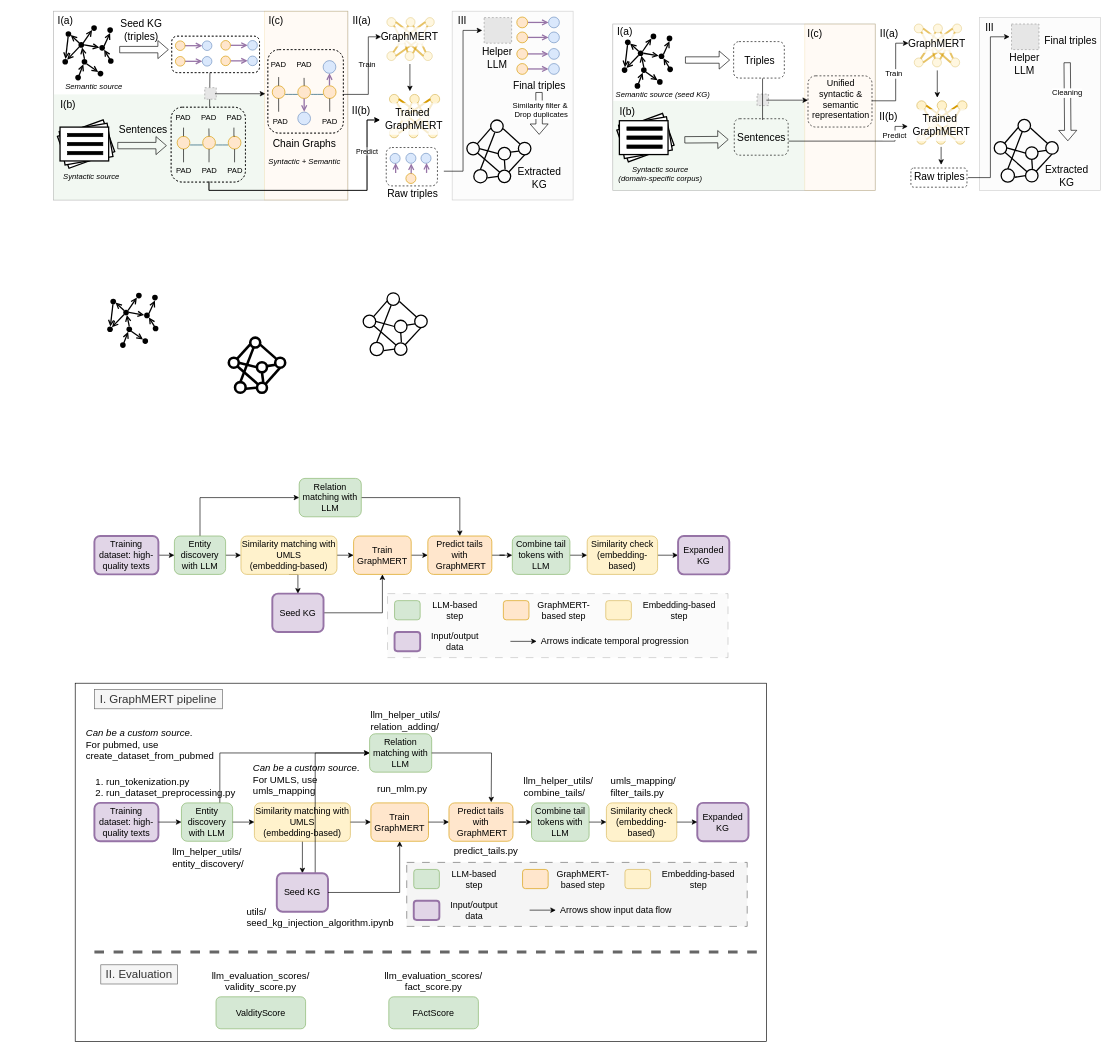
The draw.io diagram page "methodology" (4 of 6) of presentations/pipeline.drawio in across-stars/draw.io, before the edit. Source tidied: cells renumbered, new cells numbered last; positions are measured from the earlier drawing's top-left corner, leaving out a move shared by most shapes. Both pictures are drawn from the tidied source at 64%, with x=0, y=0 at pixel (53, 11). Pictures stored in the file or linked from it are replaced by grey dashed boxes.
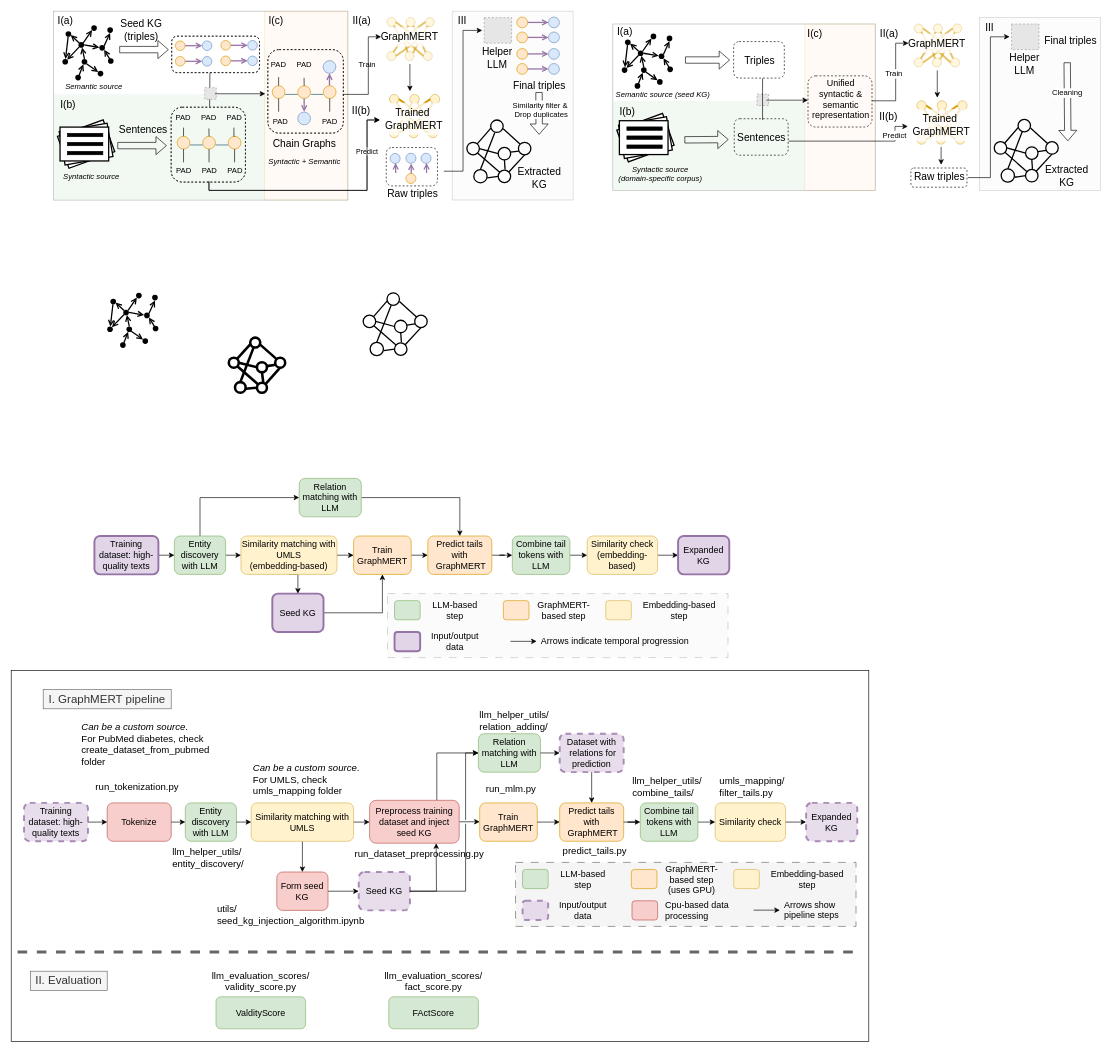
Above is the later version.

What changed in the source:
```diff
@@
     <mxCell id="2" style="rounded=0;whiteSpace=wrap;html=1;" parent="1" vertex="1">
-      <mxGeometry x="34" y="1050" width="1080" height="560" as="geometry" />
+      <mxGeometry x="-66" y="1030" width="1340" height="580" as="geometry" />
     </mxCell>
@@
     <mxCell id="46" style="rounded=0;whiteSpace=wrap;html=1;dashed=1;dashPattern=12 12;fillColor=#f5f5f5;fontColor=#333333;strokeColor=#666666;fontSize=14;" parent="1" vertex="1">
-      <mxGeometry x="552" y="1330" width="532" height="100" as="geometry" />
+      <mxGeometry x="722" y="1330" width="532" height="100" as="geometry" />
     </mxCell>
-    <mxCell id="47" style="edgeStyle=orthogonalEdgeStyle;rounded=0;jettySize=auto;html=1;exitX=0.75;exitY=0;exitDx=0;exitDy=0;entryX=0;entryY=0.5;entryDx=0;entryDy=0;" parent="1" edge="1" source="55" target="59">
-      <mxGeometry relative="1" as="geometry" />
-    </mxCell>
     <mxCell id="48" value="&lt;font&gt;Train&lt;/font&gt;&lt;div&gt;&lt;font&gt;GraphMERT&lt;/font&gt;&lt;/div&gt;" style="rounded=1;whiteSpace=wrap;html=1;fillColor=#ffe6cc;strokeColor=#d79b00;fontSize=14;" parent="1" vertex="1">
-      <mxGeometry x="496" y="1237" width="90" height="60" as="geometry" />
+      <mxGeometry x="666" y="1237" width="90" height="60" as="geometry" />
     </mxCell>
     <mxCell id="49" value="&lt;font&gt;Predict tails with&lt;/font&gt;&lt;div&gt;&lt;font&gt;&amp;nbsp;&lt;/font&gt;&lt;span&gt;GraphMERT&lt;/span&gt;&lt;/div&gt;" style="rounded=1;whiteSpace=wrap;html=1;fillColor=#ffe6cc;strokeColor=#d79b00;fontSize=14;" parent="1" vertex="1">
-      <mxGeometry x="618" y="1237" width="100" height="60" as="geometry" />
+      <mxGeometry x="791" y="1237" width="100" height="60" as="geometry" />
     </mxCell>
     <mxCell id="50" value="&lt;font&gt;Combine tail tokens with LLM&lt;/font&gt;" style="rounded=1;whiteSpace=wrap;html=1;fillColor=#d5e8d4;strokeColor=#82b366;fontSize=14;" parent="1" vertex="1">
-      <mxGeometry x="747" y="1237" width="90" height="60" as="geometry" />
+      <mxGeometry x="917" y="1237" width="90" height="60" as="geometry" />
     </mxCell>
-    <mxCell id="51" value="&lt;font&gt;Similarity check (embedding-based)&lt;/font&gt;" style="rounded=1;whiteSpace=wrap;html=1;fillColor=#fff2cc;strokeColor=#d6b656;fontSize=14;" parent="1" vertex="1">
-      <mxGeometry x="864" y="1237" width="110" height="60" as="geometry" />
+    <mxCell id="51" value="&lt;font&gt;Similarity check&lt;/font&gt;" style="rounded=1;whiteSpace=wrap;html=1;fillColor=#fff2cc;strokeColor=#d6b656;fontSize=14;" parent="1" vertex="1">
+      <mxGeometry x="1034" y="1237" width="110" height="60" as="geometry" />
     </mxCell>
-    <mxCell id="52" value="&lt;font&gt;Expanded KG&lt;/font&gt;" style="rounded=1;whiteSpace=wrap;html=1;fillColor=#e1d5e7;strokeColor=#9673a6;strokeWidth=3;fontSize=14;" parent="1" vertex="1">
-      <mxGeometry x="1006" y="1237" width="80" height="60" as="geometry" />
+    <mxCell id="52" value="&lt;font&gt;Expanded KG&lt;/font&gt;" style="rounded=1;whiteSpace=wrap;html=1;fillColor=#e1d5e7;strokeColor=#9673a6;strokeWidth=3;fontSize=14;dashed=1;opacity=80;" parent="1" vertex="1">
+      <mxGeometry x="1176" y="1237" width="80" height="60" as="geometry" />
     </mxCell>
@@
-    <mxCell id="54" value="&lt;font&gt;Similarity matching with UMLS&lt;/font&gt;&lt;div&gt;&lt;font&gt;&lt;span&gt;(embedding-based)&lt;/span&gt;&lt;br&gt;&lt;/font&gt;&lt;/div&gt;" style="rounded=1;whiteSpace=wrap;html=1;fillColor=#fff2cc;strokeColor=#d6b656;fontSize=14;" parent="1" vertex="1">
-      <mxGeometry x="314" y="1237" width="150" height="60" as="geometry" />
+    <mxCell id="54" value="&lt;font&gt;Similarity matching with UMLS&lt;/font&gt;" style="rounded=1;whiteSpace=wrap;html=1;fillColor=#fff2cc;strokeColor=#d6b656;fontSize=14;" parent="1" vertex="1">
+      <mxGeometry x="309" y="1237" width="160" height="60" as="geometry" />
     </mxCell>
     <mxCell id="55" value="&lt;font&gt;Entity discovery with LLM&lt;/font&gt;" style="rounded=1;whiteSpace=wrap;html=1;fillColor=#d5e8d4;strokeColor=#82b366;fontSize=14;" parent="1" vertex="1">
-      <mxGeometry x="200" y="1237" width="80" height="60" as="geometry" />
+      <mxGeometry x="206" y="1237" width="80" height="60" as="geometry" />
     </mxCell>
-    <mxCell id="56" value="&lt;font&gt;Training dataset: high-quality texts&lt;/font&gt;" style="rounded=1;whiteSpace=wrap;html=1;fillColor=#e1d5e7;strokeColor=#9673a6;strokeWidth=3;fontSize=14;" parent="1" vertex="1">
-      <mxGeometry x="64" y="1237" width="100" height="60" as="geometry" />
+    <mxCell id="56" value="&lt;font&gt;Tokenize&lt;/font&gt;" style="rounded=1;whiteSpace=wrap;html=1;fillColor=#f8cecc;strokeColor=#b85450;strokeWidth=1;fontSize=14;" parent="1" vertex="1">
+      <mxGeometry x="84" y="1237" width="100" height="60" as="geometry" />
     </mxCell>
-    <mxCell id="57" style="edgeStyle=orthogonalEdgeStyle;rounded=0;jettySize=auto;html=1;exitX=0.75;exitY=0;exitDx=0;exitDy=0;entryX=0;entryY=0.5;entryDx=0;entryDy=0;" parent="1" edge="1" source="58" target="59">
-      <mxGeometry relative="1" as="geometry" />
-    </mxCell>
-    <mxCell id="58" value="&lt;font&gt;Seed KG&lt;/font&gt;" style="rounded=1;whiteSpace=wrap;html=1;fillColor=#e1d5e7;strokeColor=#9673a6;strokeWidth=3;fontSize=14;" parent="1" vertex="1">
-      <mxGeometry x="349" y="1347" width="80" height="60" as="geometry" />
-    </mxCell>
     <mxCell id="59" value="&lt;font&gt;Relation matching with LLM&lt;/font&gt;" style="rounded=1;whiteSpace=wrap;html=1;fillColor=#d5e8d4;strokeColor=#82b366;fontSize=14;" parent="1" vertex="1">
-      <mxGeometry x="494" y="1129" width="97" height="60" as="geometry" />
+      <mxGeometry x="664" y="1129" width="97" height="60" as="geometry" />
     </mxCell>
     <mxCell id="60" style="rounded=1;whiteSpace=wrap;html=1;fillColor=#d5e8d4;strokeColor=#82b366;fontSize=14;" parent="1" vertex="1">
-      <mxGeometry x="563" y="1341" width="40" height="30" as="geometry" />
+      <mxGeometry x="733" y="1341" width="40" height="30" as="geometry" />
     </mxCell>
     <mxCell id="61" style="rounded=1;whiteSpace=wrap;html=1;fillColor=#ffe6cc;strokeColor=#d79b00;fontSize=14;" parent="1" vertex="1">
-      <mxGeometry x="733" y="1341" width="40" height="30" as="geometry" />
+      <mxGeometry x="903" y="1341" width="40" height="30" as="geometry" />
     </mxCell>
     <mxCell id="62" style="rounded=1;whiteSpace=wrap;html=1;fillColor=#fff2cc;strokeColor=#d6b656;fontSize=14;" parent="1" vertex="1">
-      <mxGeometry x="893" y="1341" width="40" height="30" as="geometry" />
+      <mxGeometry x="1063" y="1341" width="40" height="30" as="geometry" />
     </mxCell>
-    <mxCell id="63" style="rounded=1;whiteSpace=wrap;html=1;fillColor=#e1d5e7;strokeColor=#9673a6;strokeWidth=3;fontSize=14;" parent="1" vertex="1">
-      <mxGeometry x="563" y="1390" width="40" height="30" as="geometry" />
+    <mxCell id="63" style="rounded=1;whiteSpace=wrap;html=1;fillColor=#e1d5e7;strokeColor=#9673a6;strokeWidth=3;fontSize=14;dashed=1;opacity=80;" parent="1" vertex="1">
+      <mxGeometry x="733" y="1390" width="40" height="30" as="geometry" />
     </mxCell>
-    <mxCell id="64" value="&lt;font&gt;Arrows show input data flow&lt;/font&gt;" style="text;html=1;align=left;verticalAlign=middle;whiteSpace=wrap;rounded=0;fontSize=14;" parent="1" vertex="1">
-      <mxGeometry x="790" y="1379" width="235" height="50" as="geometry" />
+    <mxCell id="64" value="&lt;font&gt;Arrows show pipeline steps&lt;/font&gt;" style="text;html=1;align=left;verticalAlign=middle;whiteSpace=wrap;rounded=0;fontSize=14;" parent="1" vertex="1">
+      <mxGeometry x="1140" y="1379" width="124" height="50" as="geometry" />
     </mxCell>
     <mxCell id="65" style="endArrow=classic;html=1;rounded=0;fontSize=14;" parent="1" edge="1">
       <mxGeometry relative="1" as="geometry">
-        <mxPoint x="744" y="1404.6" as="sourcePoint" />
-        <mxPoint x="785" y="1404.6" as="targetPoint" />
+        <mxPoint x="1094" y="1404.6" as="sourcePoint" />
+        <mxPoint x="1135" y="1404.6" as="targetPoint" />
       </mxGeometry>
     </mxCell>
-    <mxCell id="66" style="edgeStyle=orthogonalEdgeStyle;rounded=0;jettySize=auto;html=1;exitX=1;exitY=0.5;exitDx=0;exitDy=0;" parent="1" edge="1" source="59">
-      <mxGeometry relative="1" as="geometry">
-        <mxPoint x="684" y="1236" as="targetPoint" />
-      </mxGeometry>
-    </mxCell>
@@
+    <mxCell id="483" style="edgeStyle=orthogonalEdgeStyle;rounded=0;jettySize=auto;html=1;exitX=1;exitY=0.5;exitDx=0;exitDy=0;entryX=0;entryY=0.5;entryDx=0;entryDy=0;" parent="184" edge="1" source="58" target="484">
+      <mxGeometry relative="1" as="geometry" />
+    </mxCell>
+    <mxCell id="58" value="Form seed KG" style="rounded=1;whiteSpace=wrap;html=1;fillColor=#f8cecc;strokeColor=#b85450;strokeWidth=1;fontSize=14;" parent="184" vertex="1">
+      <mxGeometry x="349" y="1345" width="80" height="60" as="geometry" />
+    </mxCell>
+    <mxCell id="484" value="&lt;font&gt;Seed KG&lt;/font&gt;" style="rounded=1;whiteSpace=wrap;html=1;fillColor=#e1d5e7;strokeColor=#9673a6;strokeWidth=3;fontSize=14;dashed=1;opacity=80;" parent="184" vertex="1">
+      <mxGeometry x="477" y="1345" width="80" height="60" as="geometry" />
+    </mxCell>
+    <mxCell id="485" value="&lt;font&gt;Dataset with &amp;nbsp;relations for prediction&lt;/font&gt;" style="rounded=1;whiteSpace=wrap;html=1;fillColor=#e1d5e7;strokeColor=#9673a6;strokeWidth=3;fontSize=14;dashed=1;opacity=80;" parent="184" vertex="1">
+      <mxGeometry x="791" y="1129" width="100" height="60" as="geometry" />
+    </mxCell>
@@
-    <mxCell id="399" style="edgeStyle=orthogonalEdgeStyle;rounded=0;jettySize=auto;html=1;exitX=1;exitY=0.5;exitDx=0;exitDy=0;fontSize=14;" parent="379" edge="1" source="58" target="48">
-      <mxGeometry relative="1" as="geometry" />
-    </mxCell>
@@
-    <mxCell id="403" style="edgeStyle=orthogonalEdgeStyle;rounded=0;jettySize=auto;html=1;exitX=1;exitY=0.5;exitDx=0;exitDy=0;entryX=0;entryY=0.5;entryDx=0;entryDy=0;fontSize=14;" parent="379" edge="1" source="54" target="48">
+    <mxCell id="403" style="edgeStyle=orthogonalEdgeStyle;rounded=0;jettySize=auto;html=1;exitX=1;exitY=0.5;exitDx=0;exitDy=0;entryX=0;entryY=0.5;entryDx=0;entryDy=0;fontSize=14;" parent="379" edge="1" source="487" target="48">
       <mxGeometry relative="1" as="geometry" />
     </mxCell>
@@
-    <mxCell id="407" value="&lt;div&gt;&lt;i&gt;Can be a custom source&lt;/i&gt;.&lt;br&gt;&lt;/div&gt;&lt;div&gt;For pubmed, use&lt;/div&gt;&lt;div&gt;create_dataset_from_pubmed&lt;/div&gt;" style="text;html=1;whiteSpace=wrap;strokeColor=none;fillColor=none;align=left;verticalAlign=middle;rounded=0;fontSize=15;" parent="379" vertex="1">
-      <mxGeometry x="49" y="1120" width="200" height="50" as="geometry" />
+    <mxCell id="407" value="&lt;div&gt;&lt;i&gt;Can be a custom source&lt;/i&gt;.&lt;br&gt;&lt;/div&gt;&lt;div&gt;For PubMed diabetes, check&lt;/div&gt;&lt;div&gt;create_dataset_from_pubmed&lt;/div&gt;&lt;div&gt;folder&lt;/div&gt;" style="text;html=1;whiteSpace=wrap;strokeColor=none;fillColor=none;align=left;verticalAlign=middle;rounded=0;fontSize=15;" parent="379" vertex="1">
+      <mxGeometry x="42" y="1120" width="200" height="50" as="geometry" />
     </mxCell>
     <mxCell id="408" value="umls_mapping/&lt;div&gt;filter_tails.py&lt;/div&gt;" style="text;html=1;whiteSpace=wrap;strokeColor=none;fillColor=none;align=left;verticalAlign=middle;rounded=0;fontSize=15;" parent="379" vertex="1">
-      <mxGeometry x="869" y="1192" width="107" height="37" as="geometry" />
+      <mxGeometry x="1039" y="1192" width="107" height="37" as="geometry" />
     </mxCell>
@@
     <mxCell id="413" value="&lt;font style=&quot;font-size: 18px;&quot;&gt;II. Evaluation&lt;/font&gt;" style="text;html=1;whiteSpace=wrap;strokeColor=#666666;fillColor=#f5f5f5;align=center;verticalAlign=middle;rounded=0;fontColor=#333333;" parent="379" vertex="1">
-      <mxGeometry x="74" y="1490" width="120" height="30" as="geometry" />
+      <mxGeometry x="-36" y="1500" width="120" height="30" as="geometry" />
     </mxCell>
     <mxCell id="414" value="&lt;font style=&quot;font-size: 18px;&quot;&gt;I. GraphMERT pipeline&lt;/font&gt;" style="text;html=1;whiteSpace=wrap;strokeColor=#666666;fillColor=#f5f5f5;align=center;verticalAlign=middle;rounded=0;fontColor=#333333;" parent="379" vertex="1">
-      <mxGeometry x="64" y="1060" width="200" height="30" as="geometry" />
+      <mxGeometry x="-16" y="1060" width="200" height="30" as="geometry" />
     </mxCell>
     <mxCell id="415" style="endArrow=none;html=1;rounded=0;strokeWidth=5;fillColor=#f5f5f5;strokeColor=#666666;dashed=1;" parent="379" edge="1">
       <mxGeometry relative="1" as="geometry">
-        <mxPoint x="64" y="1470" as="sourcePoint" />
-        <mxPoint x="1104" y="1470" as="targetPoint" />
+        <mxPoint x="-56" y="1470" as="sourcePoint" />
+        <mxPoint x="1264" y="1470" as="targetPoint" />
       </mxGeometry>
     </mxCell>
-    <mxCell id="416" value="&lt;font style=&quot;font-size: 15px;&quot;&gt;1. run_tokenization.py&lt;/font&gt;&lt;div&gt;&lt;font style=&quot;font-size: 15px;&quot;&gt;2. run_dataset_preprocessing.py&lt;/font&gt;&lt;/div&gt;" style="text;html=1;whiteSpace=wrap;strokeColor=none;fillColor=none;align=left;verticalAlign=middle;rounded=0;" parent="379" vertex="1">
-      <mxGeometry x="64" y="1197" width="260" height="30" as="geometry" />
+    <mxCell id="416" value="&lt;font style=&quot;font-size: 15px;&quot;&gt;run_tokenization.py&lt;/font&gt;" style="text;html=1;whiteSpace=wrap;strokeColor=none;fillColor=none;align=left;verticalAlign=middle;rounded=0;" parent="379" vertex="1">
+      <mxGeometry x="64" y="1197" width="150" height="30" as="geometry" />
     </mxCell>
@@
+    <mxCell id="486" style="edgeStyle=orthogonalEdgeStyle;rounded=0;jettySize=auto;html=1;exitX=0.75;exitY=0;exitDx=0;exitDy=0;entryX=0;entryY=0.5;entryDx=0;entryDy=0;" parent="379" edge="1" source="487" target="59">
+      <mxGeometry relative="1" as="geometry" />
+    </mxCell>
+    <mxCell id="487" value="&lt;font&gt;Preprocess training dataset and inject seed KG&lt;/font&gt;" style="rounded=1;whiteSpace=wrap;html=1;fillColor=#f8cecc;strokeColor=#b85450;strokeWidth=1;fontSize=14;" parent="379" vertex="1">
+      <mxGeometry x="494" y="1233" width="140" height="67" as="geometry" />
+    </mxCell>
+    <mxCell id="488" style="edgeStyle=orthogonalEdgeStyle;rounded=0;jettySize=auto;html=1;exitX=1;exitY=0.5;exitDx=0;exitDy=0;entryX=0;entryY=0.5;entryDx=0;entryDy=0;" parent="379" edge="1" source="489" target="56">
+      <mxGeometry relative="1" as="geometry" />
+    </mxCell>
+    <mxCell id="489" value="&lt;font&gt;Training dataset: high-quality texts&lt;/font&gt;" style="rounded=1;whiteSpace=wrap;html=1;fillColor=#e1d5e7;strokeColor=#9673a6;strokeWidth=3;fontSize=14;dashed=1;opacity=80;" parent="379" vertex="1">
+      <mxGeometry x="-46" y="1237" width="100" height="60" as="geometry" />
+    </mxCell>
+    <mxCell id="490" style="edgeStyle=orthogonalEdgeStyle;rounded=0;jettySize=auto;html=1;exitX=1;exitY=0.5;exitDx=0;exitDy=0;entryX=0.557;entryY=1;entryDx=0;entryDy=0;entryPerimeter=0;" parent="379" edge="1" source="484">
+      <mxGeometry relative="1" as="geometry">
+        <mxPoint x="598" y="1300" as="targetPoint" />
+      </mxGeometry>
+    </mxCell>
+    <mxCell id="491" style="edgeStyle=orthogonalEdgeStyle;rounded=0;jettySize=auto;html=1;exitX=1;exitY=0.5;exitDx=0;exitDy=0;entryX=0;entryY=0.5;entryDx=0;entryDy=0;" parent="379" edge="1" source="54" target="487">
+      <mxGeometry relative="1" as="geometry" />
+    </mxCell>
+    <mxCell id="492" style="rounded=1;whiteSpace=wrap;html=1;fillColor=#f8cecc;strokeColor=#b85450;fontSize=14;" parent="379" vertex="1">
+      <mxGeometry x="904" y="1390" width="40" height="30" as="geometry" />
+    </mxCell>
+    <mxCell id="493" value="&lt;font&gt;Cpu-based data processing&lt;/font&gt;" style="text;html=1;align=left;verticalAlign=middle;whiteSpace=wrap;rounded=0;fontSize=14;" parent="379" vertex="1">
+      <mxGeometry x="954" y="1380" width="124" height="50" as="geometry" />
+    </mxCell>
+    <mxCell id="494" style="edgeStyle=orthogonalEdgeStyle;rounded=0;jettySize=auto;html=1;exitX=1;exitY=0.5;exitDx=0;exitDy=0;entryX=0;entryY=0.5;entryDx=0;entryDy=0;jumpStyle=gap;" parent="379" edge="1" source="484" target="59">
+      <mxGeometry relative="1" as="geometry">
+        <Array as="points">
+          <mxPoint x="644" y="1375" />
+          <mxPoint x="644" y="1159" />
+        </Array>
+      </mxGeometry>
+    </mxCell>
+    <mxCell id="495" style="edgeStyle=orthogonalEdgeStyle;rounded=0;jettySize=auto;html=1;exitX=1;exitY=0.5;exitDx=0;exitDy=0;entryX=0;entryY=0.5;entryDx=0;entryDy=0;" parent="379" edge="1" source="59" target="485">
+      <mxGeometry relative="1" as="geometry" />
+    </mxCell>
+    <mxCell id="496" style="edgeStyle=orthogonalEdgeStyle;rounded=0;jettySize=auto;html=1;exitX=0.5;exitY=1;exitDx=0;exitDy=0;entryX=0.5;entryY=0;entryDx=0;entryDy=0;" parent="379" edge="1" source="485" target="49">
+      <mxGeometry relative="1" as="geometry" />
+    </mxCell>
@@
     <mxCell id="465" value="llm_helper_utils/&lt;div&gt;relation_adding/&lt;/div&gt;" style="text;html=1;whiteSpace=wrap;strokeColor=none;fillColor=none;align=left;verticalAlign=middle;rounded=0;fontSize=15;" parent="421" vertex="1">
-      <mxGeometry x="494" y="1093" width="60" height="30" as="geometry" />
+      <mxGeometry x="664" y="1093" width="60" height="30" as="geometry" />
     </mxCell>
     <mxCell id="466" value="&lt;div&gt;run_mlm.py&amp;nbsp;&lt;/div&gt;" style="text;html=1;whiteSpace=wrap;strokeColor=none;fillColor=none;align=left;verticalAlign=middle;rounded=0;fontSize=15;" parent="421" vertex="1">
-      <mxGeometry x="504" y="1199" width="83" height="30" as="geometry" />
+      <mxGeometry x="674" y="1199" width="83" height="30" as="geometry" />
     </mxCell>
     <mxCell id="467" value="llm_helper_utils/&lt;div&gt;combine_tails/&lt;/div&gt;" style="text;html=1;whiteSpace=wrap;strokeColor=none;fillColor=none;align=left;verticalAlign=middle;rounded=0;fontSize=15;" parent="421" vertex="1">
-      <mxGeometry x="733" y="1192" width="107" height="37" as="geometry" />
+      <mxGeometry x="903" y="1192" width="107" height="37" as="geometry" />
     </mxCell>
@@
     <mxCell id="469" value="&lt;div&gt;utils/&lt;/div&gt;seed_kg_injection_algorithm.ipynb" style="text;html=1;whiteSpace=wrap;strokeColor=none;fillColor=none;align=left;verticalAlign=middle;rounded=0;fontSize=15;" parent="421" vertex="1">
-      <mxGeometry x="300" y="1394" width="206" height="42" as="geometry" />
+      <mxGeometry x="254" y="1390" width="206" height="42" as="geometry" />
     </mxCell>
     <mxCell id="470" value="predict_tails.py&amp;nbsp;" style="text;html=1;whiteSpace=wrap;strokeColor=none;fillColor=none;align=left;verticalAlign=middle;rounded=0;fontSize=15;" parent="421" vertex="1">
-      <mxGeometry x="624" y="1297" width="60" height="30" as="geometry" />
+      <mxGeometry x="794" y="1297" width="60" height="30" as="geometry" />
     </mxCell>
     <mxCell id="471" value="&lt;font&gt;LLM-based step&lt;/font&gt;" style="text;html=1;align=center;verticalAlign=middle;whiteSpace=wrap;rounded=0;fontSize=14;" parent="421" vertex="1">
-      <mxGeometry x="607" y="1341" width="101" height="30" as="geometry" />
+      <mxGeometry x="777" y="1341" width="101" height="30" as="geometry" />
     </mxCell>
     <mxCell id="472" value="&lt;font&gt;Input/output data&lt;/font&gt;" style="text;html=1;align=center;verticalAlign=middle;whiteSpace=wrap;rounded=0;fontSize=14;" parent="421" vertex="1">
-      <mxGeometry x="607" y="1390" width="101" height="30" as="geometry" />
+      <mxGeometry x="777" y="1390" width="101" height="30" as="geometry" />
     </mxCell>
-    <mxCell id="473" value="&lt;font&gt;&lt;font&gt;GraphMERT-based step&lt;/font&gt;&lt;/font&gt;" style="text;html=1;align=center;verticalAlign=middle;whiteSpace=wrap;rounded=0;fontSize=14;" parent="421" vertex="1">
-      <mxGeometry x="777" y="1341" width="101" height="30" as="geometry" />
+    <mxCell id="473" value="&lt;font&gt;&lt;font&gt;GraphMERT-based step (uses GPU)&lt;/font&gt;&lt;/font&gt;" style="text;html=1;align=center;verticalAlign=middle;whiteSpace=wrap;rounded=0;fontSize=14;" parent="421" vertex="1">
+      <mxGeometry x="947" y="1342" width="101" height="30" as="geometry" />
     </mxCell>
     <mxCell id="474" value="&lt;font&gt;Embedding-based step&lt;/font&gt;" style="text;html=1;align=center;verticalAlign=middle;whiteSpace=wrap;rounded=0;fontSize=14;" parent="421" vertex="1">
-      <mxGeometry x="936" y="1341" width="144" height="30" as="geometry" />
+      <mxGeometry x="1106" y="1341" width="144" height="30" as="geometry" />
     </mxCell>
-    <mxCell id="475" value="&lt;div&gt;&lt;i&gt;Can be a custom source&lt;/i&gt;.&lt;br&gt;&lt;/div&gt;&lt;div&gt;For UMLS, use umls_mapping&lt;/div&gt;" style="text;html=1;whiteSpace=wrap;strokeColor=none;fillColor=none;align=left;verticalAlign=middle;rounded=0;fontSize=15;" parent="421" vertex="1">
+    <mxCell id="475" value="&lt;div&gt;&lt;i&gt;Can be a custom source&lt;/i&gt;.&lt;br&gt;&lt;/div&gt;&lt;div&gt;For UMLS, check umls_mapping folder&lt;/div&gt;" style="text;html=1;whiteSpace=wrap;strokeColor=none;fillColor=none;align=left;verticalAlign=middle;rounded=0;fontSize=15;" parent="421" vertex="1">
       <mxGeometry x="310" y="1169" width="170" height="61" as="geometry" />
     </mxCell>
@@
+    <mxCell id="497" value="&lt;font style=&quot;font-size: 15px;&quot;&gt;run_dataset_preprocessing.py&lt;/font&gt;" style="text;html=1;whiteSpace=wrap;strokeColor=none;fillColor=none;align=left;verticalAlign=middle;rounded=0;" parent="421" vertex="1">
+      <mxGeometry x="469" y="1301" width="205" height="30" as="geometry" />
+    </mxCell>
```
